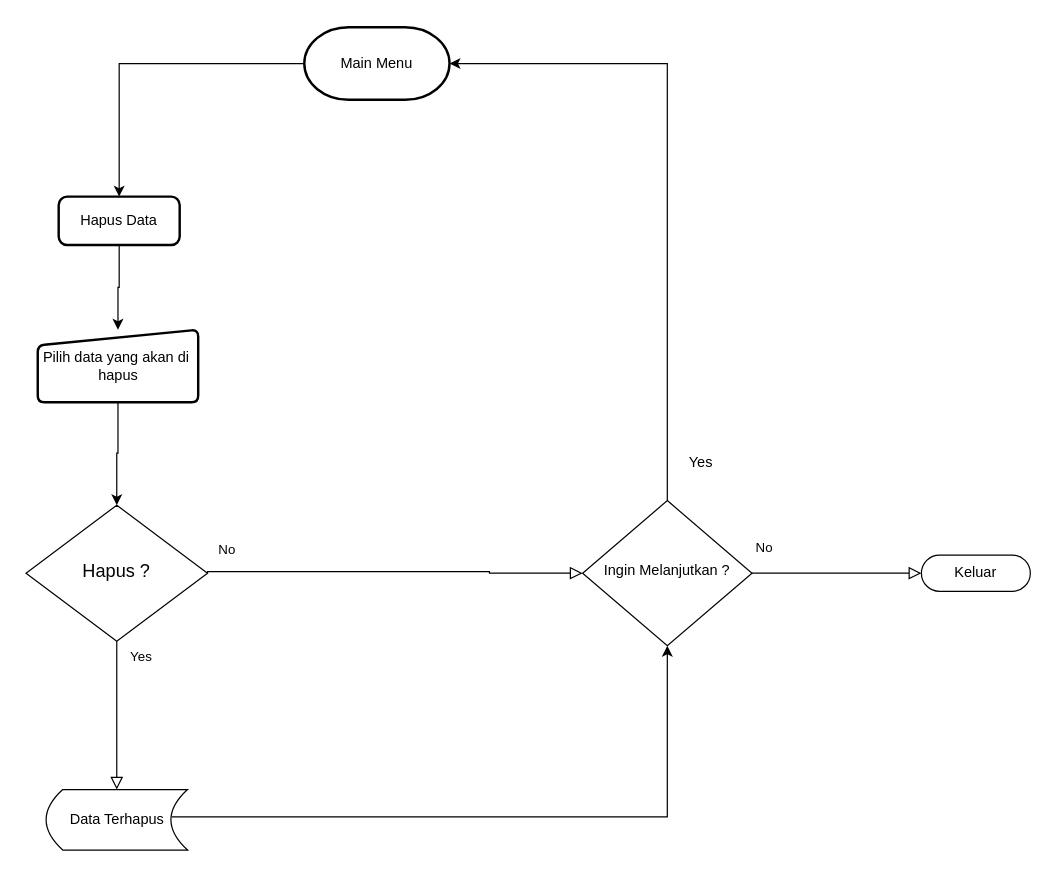
The draw.io diagram deleteData.drawio in tobiadnan/CRUD-FRS-with-Java-Native, before the edit. Source tidied: cells renumbered, new cells numbered last; positions are measured from the earlier drawing's top-left corner, leaving out a move shared by most shapes. Both pictures are drawn from the tidied source at 121%, with x=0, y=0 at pixel (25, 27).
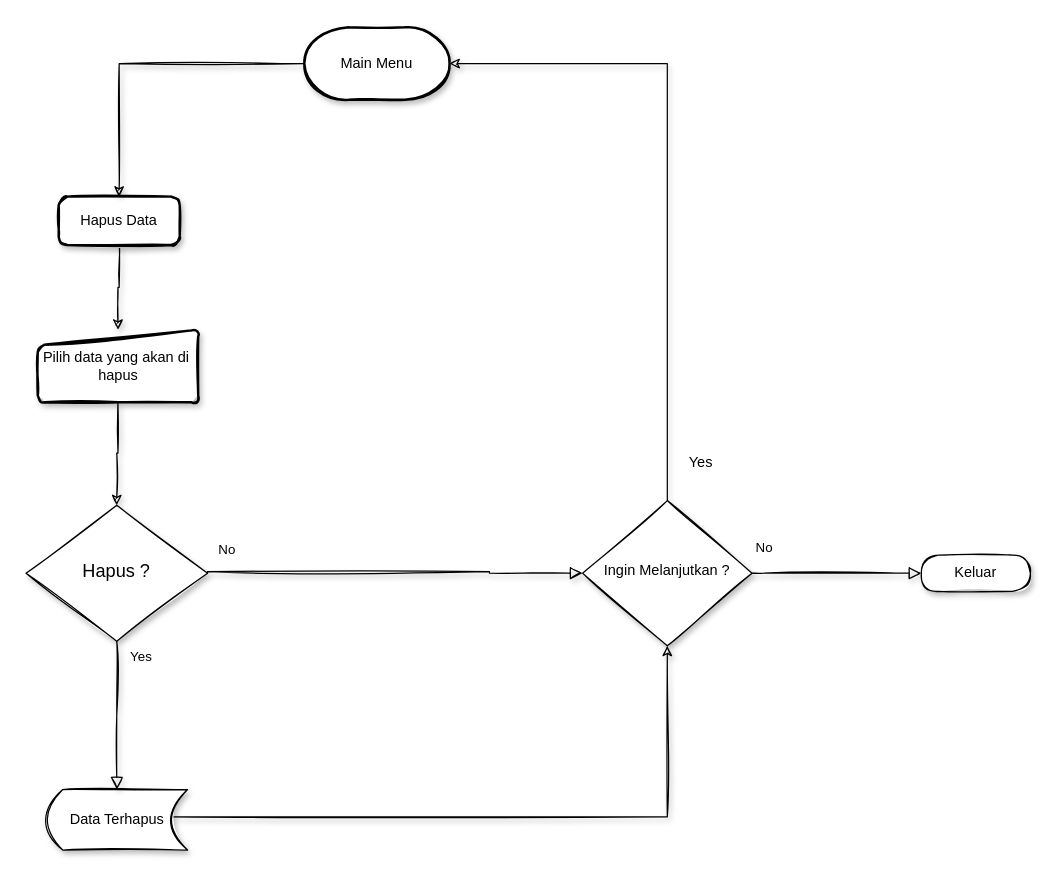
The same page after the edit.

What changed in the source:
```diff
@@
-    <mxCell id="2" value="No" style="edgeStyle=orthogonalEdgeStyle;rounded=0;html=1;jettySize=auto;fontSize=11;endArrow=block;endFill=0;endSize=8;strokeWidth=1;shadow=0;labelBackgroundColor=none;entryX=0;entryY=0.5;entryDx=0;entryDy=0;exitX=1;exitY=0.5;exitDx=0;exitDy=0;" parent="1" edge="1" source="3" target="6">
+    <mxCell id="2" value="No" style="edgeStyle=orthogonalEdgeStyle;rounded=0;html=1;jettySize=auto;fontSize=11;endArrow=block;endFill=0;endSize=8;strokeWidth=1;shadow=1;labelBackgroundColor=none;entryX=0;entryY=0.5;entryDx=0;entryDy=0;exitX=1;exitY=0.5;exitDx=0;exitDy=0;sketch=1;" parent="1" edge="1" source="3" target="6">
       <mxGeometry x="-0.89" y="18" relative="1" as="geometry">
         <Array as="points">
           <mxPoint x="383" y="450" />
           <mxPoint x="460" y="451" />
         </Array>
       </mxGeometry>
     </mxCell>
-    <mxCell id="3" value="&lt;font style=&quot;font-size: 15px&quot;&gt;Hapus ?&lt;/font&gt;" style="rhombus;whiteSpace=wrap;html=1;shadow=0;fontFamily=Helvetica;fontSize=12;align=center;strokeWidth=1;spacing=6;spacingTop=-4;" parent="1" vertex="1">
+    <mxCell id="3" value="&lt;font style=&quot;font-size: 15px&quot;&gt;Hapus ?&lt;/font&gt;" style="rhombus;whiteSpace=wrap;html=1;shadow=1;fontFamily=Helvetica;fontSize=12;align=center;strokeWidth=1;spacing=6;spacingTop=-4;sketch=1;" parent="1" vertex="1">
       <mxGeometry y="395" width="150" height="112.5" as="geometry" />
     </mxCell>
-    <mxCell id="4" value="No" style="rounded=0;html=1;jettySize=auto;fontSize=11;endArrow=block;endFill=0;endSize=8;strokeWidth=1;shadow=0;labelBackgroundColor=none;edgeStyle=orthogonalEdgeStyle;exitX=1;exitY=0.5;exitDx=0;exitDy=0;" parent="1" edge="1" source="6" target="7">
+    <mxCell id="4" value="No" style="rounded=0;html=1;jettySize=auto;fontSize=11;endArrow=block;endFill=0;endSize=8;strokeWidth=1;shadow=1;labelBackgroundColor=none;edgeStyle=orthogonalEdgeStyle;exitX=1;exitY=0.5;exitDx=0;exitDy=0;sketch=1;" parent="1" edge="1" source="6" target="7">
       <mxGeometry x="-0.86" y="21" relative="1" as="geometry">
         <Array as="points">
           <mxPoint x="610" y="451" />
           <mxPoint x="610" y="451" />
         </Array>
       </mxGeometry>
     </mxCell>
-    <mxCell id="5" style="edgeStyle=orthogonalEdgeStyle;rounded=0;jettySize=auto;html=1;exitX=0.5;exitY=0;exitDx=0;exitDy=0;entryX=1;entryY=0.5;entryDx=0;entryDy=0;entryPerimeter=0;" parent="1" edge="1" source="6" target="16">
+    <mxCell id="5" style="edgeStyle=orthogonalEdgeStyle;rounded=0;jettySize=auto;html=1;exitX=0.5;exitY=0;exitDx=0;exitDy=0;entryX=1;entryY=0.5;entryDx=0;entryDy=0;entryPerimeter=0;sketch=1;shadow=1;" parent="1" edge="1" source="6" target="16">
       <mxGeometry relative="1" as="geometry" />
     </mxCell>
-    <mxCell id="6" value="Ingin Melanjutkan ?" style="rhombus;whiteSpace=wrap;html=1;shadow=0;fontFamily=Helvetica;fontSize=12;align=center;strokeWidth=1;spacing=6;spacingTop=-4;" parent="1" vertex="1">
+    <mxCell id="6" value="Ingin Melanjutkan ?" style="rhombus;whiteSpace=wrap;html=1;shadow=1;fontFamily=Helvetica;fontSize=12;align=center;strokeWidth=1;spacing=6;spacingTop=-4;sketch=1;" parent="1" vertex="1">
       <mxGeometry x="460" y="391.2" width="140" height="120" as="geometry" />
     </mxCell>
-    <mxCell id="7" value="Keluar" style="rounded=1;whiteSpace=wrap;html=1;fontSize=12;glass=0;strokeWidth=1;shadow=0;arcSize=50;" parent="1" vertex="1">
+    <mxCell id="7" value="Keluar" style="rounded=1;whiteSpace=wrap;html=1;fontSize=12;glass=0;strokeWidth=1;shadow=1;arcSize=50;sketch=1;" parent="1" vertex="1">
       <mxGeometry x="740" y="436.2" width="90" height="30" as="geometry" />
     </mxCell>
-    <mxCell id="8" style="edgeStyle=orthogonalEdgeStyle;rounded=0;jettySize=auto;html=1;exitX=0.888;exitY=0.451;exitDx=0;exitDy=0;entryX=0.5;entryY=1;entryDx=0;entryDy=0;exitPerimeter=0;" parent="1" edge="1" source="9" target="6">
+    <mxCell id="8" style="edgeStyle=orthogonalEdgeStyle;rounded=0;jettySize=auto;html=1;exitX=0.888;exitY=0.451;exitDx=0;exitDy=0;entryX=0.5;entryY=1;entryDx=0;entryDy=0;exitPerimeter=0;sketch=1;shadow=1;" parent="1" edge="1" source="9" target="6">
       <mxGeometry relative="1" as="geometry" />
     </mxCell>
-    <mxCell id="9" value="Data Terhapus" style="shape=dataStorage;whiteSpace=wrap;html=1;fixedSize=1;size=13.75;" parent="1" vertex="1">
+    <mxCell id="9" value="Data Terhapus" style="shape=dataStorage;whiteSpace=wrap;html=1;fixedSize=1;size=13.75;sketch=1;shadow=1;" parent="1" vertex="1">
       <mxGeometry x="16.6" y="630" width="116.9" height="50" as="geometry" />
     </mxCell>
-    <mxCell id="10" value="Yes" style="edgeStyle=orthogonalEdgeStyle;rounded=0;html=1;jettySize=auto;fontSize=11;endArrow=block;endFill=0;endSize=8;strokeWidth=1;shadow=0;labelBackgroundColor=none;exitX=0.5;exitY=1;exitDx=0;exitDy=0;" parent="1" edge="1" source="3">
+    <mxCell id="10" value="Yes" style="edgeStyle=orthogonalEdgeStyle;rounded=0;html=1;jettySize=auto;fontSize=11;endArrow=block;endFill=0;endSize=8;strokeWidth=1;shadow=1;labelBackgroundColor=none;exitX=0.5;exitY=1;exitDx=0;exitDy=0;sketch=1;" parent="1" edge="1" source="3">
       <mxGeometry x="-0.82" y="20" relative="1" as="geometry">
         <mxPoint x="75" y="630" as="targetPoint" />
         <mxPoint y="1" as="offset" />
       </mxGeometry>
     </mxCell>
-    <mxCell id="11" style="edgeStyle=orthogonalEdgeStyle;rounded=0;jettySize=auto;html=1;exitX=0.5;exitY=1;exitDx=0;exitDy=0;entryX=0.5;entryY=0;entryDx=0;entryDy=0;" parent="1" edge="1" source="12" target="3">
+    <mxCell id="11" style="edgeStyle=orthogonalEdgeStyle;rounded=0;jettySize=auto;html=1;exitX=0.5;exitY=1;exitDx=0;exitDy=0;entryX=0.5;entryY=0;entryDx=0;entryDy=0;sketch=1;shadow=1;" parent="1" edge="1" source="12" target="3">
       <mxGeometry relative="1" as="geometry">
         <Array as="points">
           <mxPoint x="75" y="352" />
         </Array>
       </mxGeometry>
     </mxCell>
-    <mxCell id="12" value="Pilih data yang akan di&amp;nbsp; hapus" style="html=1;strokeWidth=2;shape=manualInput;whiteSpace=wrap;rounded=1;size=13;arcSize=11;" parent="1" vertex="1">
+    <mxCell id="12" value="Pilih data yang akan di&amp;nbsp; hapus" style="html=1;strokeWidth=2;shape=manualInput;whiteSpace=wrap;rounded=1;size=13;arcSize=11;sketch=1;shadow=1;" parent="1" vertex="1">
       <mxGeometry x="9.7" y="250" width="132.6" height="60" as="geometry" />
     </mxCell>
-    <mxCell id="13" style="edgeStyle=orthogonalEdgeStyle;rounded=0;jettySize=auto;html=1;exitX=0.5;exitY=1;exitDx=0;exitDy=0;entryX=0.5;entryY=0;entryDx=0;entryDy=0;" parent="1" edge="1" source="14" target="12">
+    <mxCell id="13" style="edgeStyle=orthogonalEdgeStyle;rounded=0;jettySize=auto;html=1;exitX=0.5;exitY=1;exitDx=0;exitDy=0;entryX=0.5;entryY=0;entryDx=0;entryDy=0;sketch=1;shadow=1;" parent="1" edge="1" source="14" target="12">
       <mxGeometry relative="1" as="geometry">
         <Array as="points">
           <mxPoint x="76" y="215" />
         </Array>
       </mxGeometry>
     </mxCell>
-    <mxCell id="14" value="Hapus Data" style="rounded=1;whiteSpace=wrap;html=1;absoluteArcSize=1;arcSize=14;strokeWidth=2;" parent="1" vertex="1">
+    <mxCell id="14" value="Hapus Data" style="rounded=1;whiteSpace=wrap;html=1;absoluteArcSize=1;arcSize=14;strokeWidth=2;sketch=1;shadow=1;" parent="1" vertex="1">
       <mxGeometry x="27" y="140" width="100" height="40" as="geometry" />
     </mxCell>
-    <mxCell id="15" style="edgeStyle=orthogonalEdgeStyle;rounded=0;jettySize=auto;html=1;exitX=0;exitY=0.5;exitDx=0;exitDy=0;exitPerimeter=0;entryX=0.5;entryY=0;entryDx=0;entryDy=0;" parent="1" edge="1" source="16" target="14">
+    <mxCell id="15" style="edgeStyle=orthogonalEdgeStyle;rounded=0;jettySize=auto;html=1;exitX=0;exitY=0.5;exitDx=0;exitDy=0;exitPerimeter=0;entryX=0.5;entryY=0;entryDx=0;entryDy=0;sketch=1;shadow=1;" parent="1" edge="1" source="16" target="14">
       <mxGeometry relative="1" as="geometry" />
     </mxCell>
-    <mxCell id="16" value="Main Menu" style="strokeWidth=2;html=1;shape=mxgraph.flowchart.terminator;whiteSpace=wrap;" parent="1" vertex="1">
+    <mxCell id="16" value="Main Menu" style="strokeWidth=2;html=1;shape=mxgraph.flowchart.terminator;whiteSpace=wrap;sketch=1;shadow=1;" parent="1" vertex="1">
       <mxGeometry x="230" width="120" height="60" as="geometry" />
     </mxCell>
-    <mxCell id="17" value="Yes" style="text;html=1;strokeColor=none;fillColor=none;align=center;verticalAlign=middle;whiteSpace=wrap;rounded=0;" parent="1" vertex="1">
+    <mxCell id="17" value="Yes" style="text;html=1;strokeColor=none;fillColor=none;align=center;verticalAlign=middle;whiteSpace=wrap;rounded=0;sketch=1;shadow=1;" parent="1" vertex="1">
       <mxGeometry x="537.5" y="350" width="40" height="20" as="geometry" />
     </mxCell>
```
